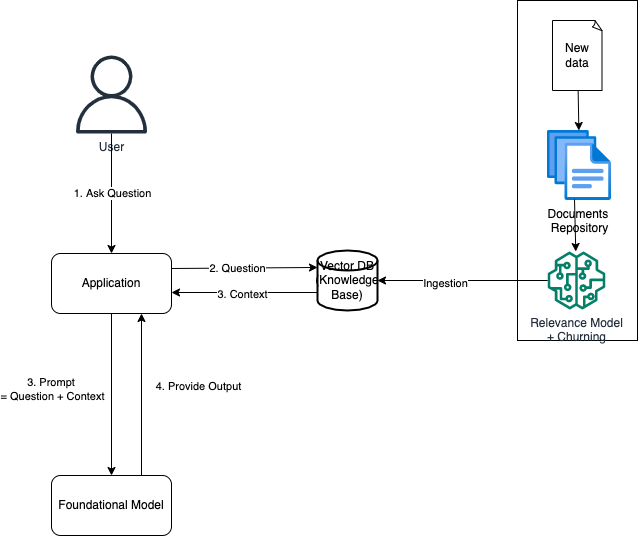
This is Context-Engineering/assets/RAG-High-Level.png from Anshul619/AI-ML-design-services, a draw.io export, as it was before one commit. Source tidied: cells renumbered, new cells last; positions are measured from the earlier drawing's top-left corner, leaving out a move shared by most shapes.
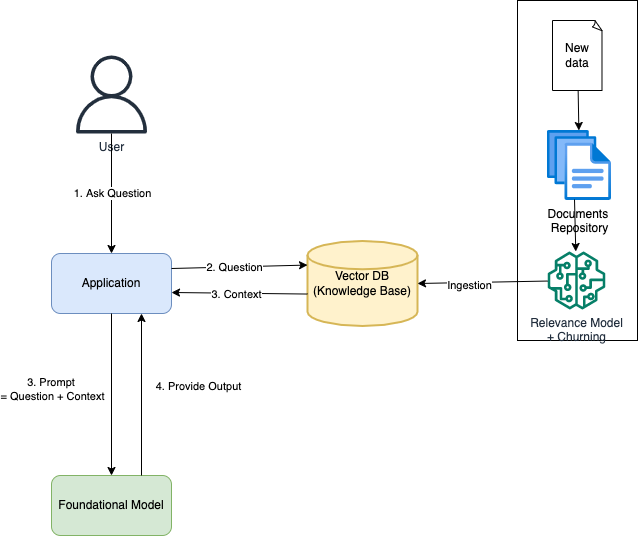
Later version of the same file.

What changed in the source:
```diff
@@ -2,10 +2,10 @@
   <root>
     <mxCell id="0" />
     <mxCell id="1" parent="0" />
-    <mxCell id="2" value="Application" style="rounded=1;whiteSpace=wrap;html=1;" parent="1" vertex="1">
+    <mxCell id="2" value="Application" style="rounded=1;whiteSpace=wrap;html=1;fillColor=#dae8fc;strokeColor=#6c8ebf;" parent="1" vertex="1">
       <mxGeometry y="253" width="120" height="60" as="geometry" />
     </mxCell>
-    <mxCell id="3" value="Foundational Model" style="rounded=1;whiteSpace=wrap;html=1;" parent="1" vertex="1">
+    <mxCell id="3" value="Foundational Model" style="rounded=1;whiteSpace=wrap;html=1;fillColor=#d5e8d4;strokeColor=#82b366;" parent="1" vertex="1">
       <mxGeometry y="475" width="120" height="60" as="geometry" />
     </mxCell>
     <mxCell id="4" style="endArrow=classic;html=1;rounded=0;entryX=0.5;entryY=0;entryDx=0;entryDy=0;" parent="1" edge="1" source="2" target="3">
@@ -16,8 +16,8 @@
         <mxPoint x="-61" as="offset" />
       </mxGeometry>
     </mxCell>
-    <mxCell id="6" value="Vector DB&lt;br&gt;(Knowledge Base)" style="strokeWidth=2;html=1;shape=mxgraph.flowchart.database;whiteSpace=wrap;" parent="1" vertex="1">
-      <mxGeometry x="266" y="250" width="60" height="60" as="geometry" />
+    <mxCell id="6" value="Vector DB&lt;br&gt;(Knowledge Base)" style="strokeWidth=2;html=1;shape=mxgraph.flowchart.database;whiteSpace=wrap;fillColor=#fff2cc;strokeColor=#d6b656;" parent="1" vertex="1">
+      <mxGeometry x="256" y="240.5" width="110" height="85" as="geometry" />
     </mxCell>
     <mxCell id="7" style="endArrow=classic;html=1;rounded=0;exitX=1;exitY=0.25;exitDx=0;exitDy=0;entryX=0;entryY=0.283;entryDx=0;entryDy=0;entryPerimeter=0;" parent="1" edge="1" source="2" target="6">
       <mxGeometry relative="1" as="geometry" />
@@ -27,7 +27,7 @@
         <mxPoint x="21" y="1" as="offset" />
       </mxGeometry>
     </mxCell>
-    <mxCell id="9" style="endArrow=classic;html=1;rounded=0;exitX=0;exitY=0.7;exitDx=0;exitDy=0;exitPerimeter=0;entryX=1;entryY=0.65;entryDx=0;entryDy=0;entryPerimeter=0;" parent="1" edge="1" source="6" target="2">
+    <mxCell id="9" style="endArrow=classic;html=1;rounded=0;exitX=0;exitY=0.624;exitDx=0;exitDy=0;exitPerimeter=0;entryX=1;entryY=0.65;entryDx=0;entryDy=0;entryPerimeter=0;" parent="1" edge="1" source="6" target="2">
       <mxGeometry relative="1" as="geometry" />
     </mxCell>
     <mxCell id="10" value="3. Context" style="edgeLabel;html=1;align=center;verticalAlign=middle;" parent="9" vertex="1">
```
